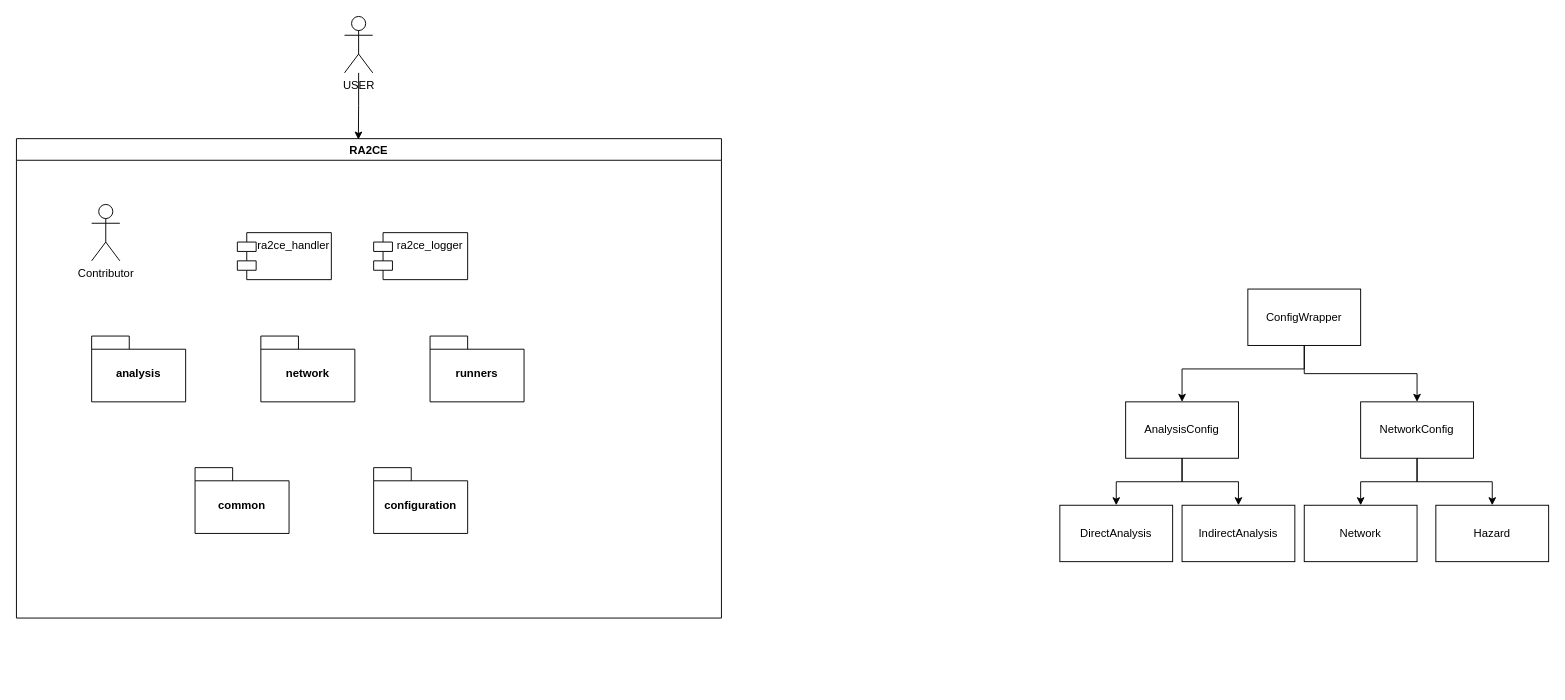
Deltares/ra2ce keeps this draw.io diagram as page "Package overview" (1 of 6) of docs/_diagrams/ra2ce_overview.drawio. Above is the earlier version. Source tidied: cells renumbered, new cells numbered last; positions are measured from the earlier drawing's top-left corner, leaving out a move shared by most shapes. Both pictures are drawn from the tidied source at 94%, with x=0, y=0 at pixel (16, 16).
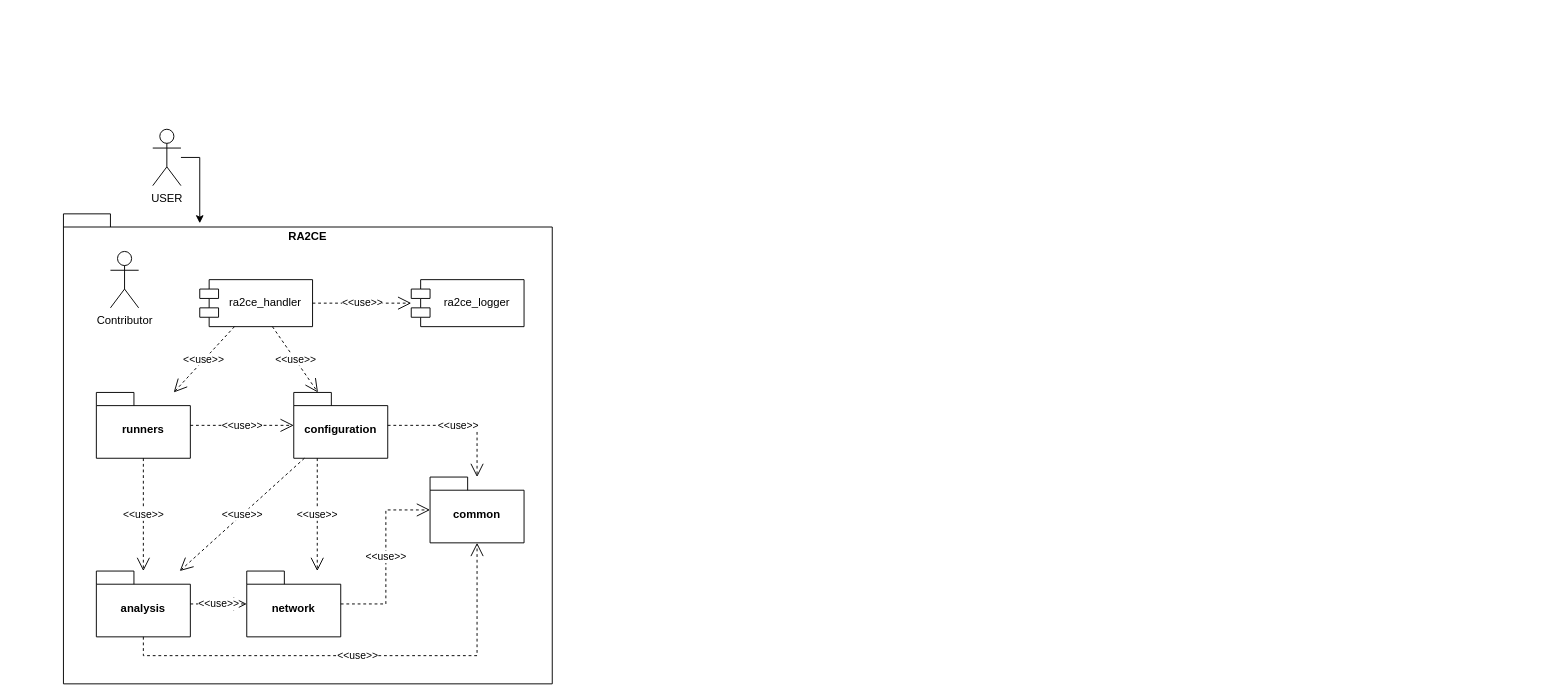
Above is the later version.

Diff of the diagram source:
```diff
@@
-    <mxCell id="2" value="USER" style="shape=umlActor;verticalLabelPosition=bottom;verticalAlign=top;html=1;outlineConnect=0;" parent="1" vertex="1">
-      <mxGeometry x="349" width="30" height="60" as="geometry" />
-    </mxCell>
+    <mxCell id="28" style="rounded=0;whiteSpace=wrap;html=1;strokeColor=none;" parent="1" vertex="1">
+      <mxGeometry x="130" y="110" width="60" height="100" as="geometry" />
+    </mxCell>
-    <mxCell id="3" value="RA2CE" style="swimlane;rotation=0;" parent="1" vertex="1">
-      <mxGeometry y="130" width="750" height="510" as="geometry" />
+    <mxCell id="3" value="RA2CE" style="shape=folder;fontStyle=1;spacingTop=10;tabWidth=40;tabHeight=14;tabPosition=left;html=1;whiteSpace=wrap;verticalAlign=top;" parent="1" vertex="1">
+      <mxGeometry x="50" y="210" width="520" height="500" as="geometry" />
     </mxCell>
-    <mxCell id="4" style="edgeStyle=orthogonalEdgeStyle;rounded=0;orthogonalLoop=1;jettySize=auto;html=1;" parent="3" edge="1">
+    <mxCell id="4" style="edgeStyle=orthogonalEdgeStyle;rounded=0;orthogonalLoop=1;jettySize=auto;html=1;" parent="1" edge="1">
       <mxGeometry relative="1" as="geometry">
-        <mxPoint x="733" y="320" as="sourcePoint" />
+        <mxPoint x="733" y="460" as="sourcePoint" />
         <Array as="points">
-          <mxPoint x="733" y="340" />
-          <mxPoint x="540" y="340" />
+          <mxPoint x="733" y="480" />
+          <mxPoint x="540" y="480" />
         </Array>
       </mxGeometry>
     </mxCell>
-    <mxCell id="5" value="Contributor" style="shape=umlActor;verticalLabelPosition=bottom;verticalAlign=top;html=1;rotation=0;" parent="3" vertex="1">
-      <mxGeometry x="80" y="70" width="30" height="60" as="geometry" />
-    </mxCell>
-    <mxCell id="6" style="group;rotation=90;direction=west;" parent="3" vertex="1">
-      <mxGeometry x="1110" y="160" width="520" height="290" as="geometry" />
-    </mxCell>
-    <mxCell id="7" value="ConfigWrapper" style="rounded=0;whiteSpace=wrap;html=1;rotation=0;" parent="6" vertex="1">
-      <mxGeometry x="200" width="120" height="60" as="geometry" />
-    </mxCell>
-    <mxCell id="8" value="AnalysisConfig" style="rounded=0;whiteSpace=wrap;html=1;rotation=0;" parent="6" vertex="1">
-      <mxGeometry x="70" y="120" width="120" height="60" as="geometry" />
-    </mxCell>
-    <mxCell id="9" value="NetworkConfig" style="whiteSpace=wrap;html=1;rounded=0;rotation=0;" parent="6" vertex="1">
-      <mxGeometry x="320" y="120" width="120" height="60" as="geometry" />
-    </mxCell>
-    <mxCell id="10" value="DirectAnalysis" style="rounded=0;whiteSpace=wrap;html=1;rotation=0;" parent="6" vertex="1">
-      <mxGeometry y="230" width="120" height="60" as="geometry" />
-    </mxCell>
-    <mxCell id="11" value="IndirectAnalysis" style="rounded=0;whiteSpace=wrap;html=1;rotation=0;" parent="6" vertex="1">
-      <mxGeometry x="130" y="230" width="120" height="60" as="geometry" />
-    </mxCell>
-    <mxCell id="12" value="Network" style="rounded=0;whiteSpace=wrap;html=1;rotation=0;" parent="6" vertex="1">
-      <mxGeometry x="260" y="230" width="120" height="60" as="geometry" />
-    </mxCell>
-    <mxCell id="13" value="Hazard" style="rounded=0;whiteSpace=wrap;html=1;rotation=0;" parent="6" vertex="1">
-      <mxGeometry x="400" y="230" width="120" height="60" as="geometry" />
-    </mxCell>
-    <mxCell id="14" style="edgeStyle=orthogonalEdgeStyle;rounded=0;jettySize=auto;html=1;exitX=0.5;exitY=1;exitDx=0;exitDy=0;" parent="6" edge="1" source="7" target="8">
-      <mxGeometry relative="1" as="geometry">
-        <Array as="points">
-          <mxPoint x="260" y="85" />
-          <mxPoint x="130" y="85" />
-        </Array>
-      </mxGeometry>
-    </mxCell>
-    <mxCell id="15" style="edgeStyle=orthogonalEdgeStyle;rounded=0;jettySize=auto;html=1;" parent="6" edge="1" source="7" target="9">
-      <mxGeometry relative="1" as="geometry" />
-    </mxCell>
-    <mxCell id="16" style="edgeStyle=orthogonalEdgeStyle;rounded=0;jettySize=auto;html=1;exitX=0.5;exitY=1;exitDx=0;exitDy=0;" parent="6" edge="1" source="8" target="10">
-      <mxGeometry relative="1" as="geometry" />
-    </mxCell>
-    <mxCell id="17" style="edgeStyle=orthogonalEdgeStyle;rounded=0;jettySize=auto;html=1;exitX=0.5;exitY=1;exitDx=0;exitDy=0;" parent="6" edge="1" source="8" target="11">
-      <mxGeometry relative="1" as="geometry" />
-    </mxCell>
-    <mxCell id="18" style="edgeStyle=orthogonalEdgeStyle;rounded=0;jettySize=auto;html=1;exitX=0.5;exitY=1;exitDx=0;exitDy=0;" parent="6" edge="1" source="9" target="12">
-      <mxGeometry relative="1" as="geometry" />
-    </mxCell>
-    <mxCell id="19" style="edgeStyle=orthogonalEdgeStyle;rounded=0;jettySize=auto;html=1;exitX=0.5;exitY=1;exitDx=0;exitDy=0;" parent="6" edge="1" source="9" target="13">
-      <mxGeometry relative="1" as="geometry" />
-    </mxCell>
-    <mxCell id="20" value="analysis" style="shape=folder;fontStyle=1;spacingTop=10;tabWidth=40;tabHeight=14;tabPosition=left;html=1;whiteSpace=wrap;" parent="3" vertex="1">
-      <mxGeometry x="80" y="210" width="100" height="70" as="geometry" />
-    </mxCell>
+    <mxCell id="2" value="USER" style="shape=umlActor;verticalLabelPosition=bottom;verticalAlign=top;html=1;outlineConnect=0;" parent="1" vertex="1">
+      <mxGeometry x="145" y="120" width="30" height="60" as="geometry" />
+    </mxCell>
+    <mxCell id="27" style="edgeStyle=orthogonalEdgeStyle;rounded=0;jettySize=auto;html=1;" parent="1" edge="1" source="2">
+      <mxGeometry relative="1" as="geometry">
+        <mxPoint x="195" y="220" as="targetPoint" />
+        <Array as="points">
+          <mxPoint x="195" y="150" />
+        </Array>
+      </mxGeometry>
+    </mxCell>
-    <mxCell id="21" value="ra2ce_handler" style="shape=module;align=left;spacingLeft=20;align=center;verticalAlign=top;whiteSpace=wrap;html=1;" parent="3" vertex="1">
-      <mxGeometry x="235" y="100" width="100" height="50" as="geometry" />
+    <mxCell id="21" value="ra2ce_handler" style="shape=module;align=left;spacingLeft=20;align=center;verticalAlign=middle;whiteSpace=wrap;html=1;" parent="1" vertex="1">
+      <mxGeometry x="195" y="280" width="120" height="50" as="geometry" />
     </mxCell>
-    <mxCell id="22" value="ra2ce_logger" style="shape=module;align=left;spacingLeft=20;align=center;verticalAlign=top;whiteSpace=wrap;html=1;" parent="3" vertex="1">
-      <mxGeometry x="380" y="100" width="100" height="50" as="geometry" />
+    <mxCell id="22" value="ra2ce_logger" style="shape=module;align=left;spacingLeft=20;align=center;verticalAlign=middle;whiteSpace=wrap;html=1;" parent="1" vertex="1">
+      <mxGeometry x="420" y="280" width="120" height="50" as="geometry" />
     </mxCell>
+    <mxCell id="25" value="runners" style="shape=folder;fontStyle=1;spacingTop=10;tabWidth=40;tabHeight=14;tabPosition=left;html=1;whiteSpace=wrap;" parent="1" vertex="1">
+      <mxGeometry x="85" y="400" width="100" height="70" as="geometry" />
+    </mxCell>
+    <mxCell id="29" value="&amp;lt;&amp;lt;use&amp;gt;&amp;gt;" style="endArrow=open;endSize=12;dashed=1;html=1;rounded=0;" parent="1" edge="1" source="21" target="22">
+      <mxGeometry relative="1" as="geometry" />
+    </mxCell>
+    <mxCell id="30" value="&amp;lt;&amp;lt;use&amp;gt;&amp;gt;" style="endArrow=open;endSize=12;dashed=1;html=1;rounded=0;" parent="1" edge="1" source="21" target="25">
+      <mxGeometry relative="1" as="geometry" />
+    </mxCell>
+    <mxCell id="31" value="&amp;lt;&amp;lt;use&amp;gt;&amp;gt;" style="endArrow=open;endSize=12;dashed=1;html=1;rounded=0;" parent="1" edge="1" source="21" target="26">
+      <mxGeometry relative="1" as="geometry" />
+    </mxCell>
+    <mxCell id="32" value="&amp;lt;&amp;lt;use&amp;gt;&amp;gt;" style="endArrow=open;endSize=12;dashed=1;html=1;rounded=0;" parent="1" edge="1" source="25" target="26">
+      <mxGeometry relative="1" as="geometry" />
+    </mxCell>
-    <mxCell id="23" value="common" style="shape=folder;fontStyle=1;spacingTop=10;tabWidth=40;tabHeight=14;tabPosition=left;html=1;whiteSpace=wrap;" parent="3" vertex="1">
-      <mxGeometry x="190" y="350" width="100" height="70" as="geometry" />
+    <mxCell id="23" value="common" style="shape=folder;fontStyle=1;spacingTop=10;tabWidth=40;tabHeight=14;tabPosition=left;html=1;whiteSpace=wrap;" parent="1" vertex="1">
+      <mxGeometry x="440" y="490" width="100" height="70" as="geometry" />
     </mxCell>
+    <mxCell id="26" value="configuration" style="shape=folder;fontStyle=1;spacingTop=10;tabWidth=40;tabHeight=14;tabPosition=left;html=1;whiteSpace=wrap;" parent="1" vertex="1">
+      <mxGeometry x="295" y="400" width="100" height="70" as="geometry" />
+    </mxCell>
+    <mxCell id="33" value="&amp;lt;&amp;lt;use&amp;gt;&amp;gt;" style="endArrow=open;endSize=12;dashed=1;html=1;rounded=0;" parent="1" edge="1" source="26" target="23">
+      <mxGeometry relative="1" as="geometry">
+        <Array as="points">
+          <mxPoint x="490" y="435" />
+        </Array>
+      </mxGeometry>
+    </mxCell>
+    <mxCell id="34" style="group;" parent="1" vertex="1">
+      <mxGeometry x="85" y="500" width="260" height="160" as="geometry" />
+    </mxCell>
+    <mxCell id="20" value="analysis" style="shape=folder;fontStyle=1;spacingTop=10;tabWidth=40;tabHeight=14;tabPosition=left;html=1;whiteSpace=wrap;" parent="34" vertex="1">
+      <mxGeometry y="90" width="100" height="70" as="geometry" />
+    </mxCell>
-    <mxCell id="24" value="network" style="shape=folder;fontStyle=1;spacingTop=10;tabWidth=40;tabHeight=14;tabPosition=left;html=1;whiteSpace=wrap;" parent="3" vertex="1">
-      <mxGeometry x="260" y="210" width="100" height="70" as="geometry" />
+    <mxCell id="24" value="network" style="shape=folder;fontStyle=1;spacingTop=10;tabWidth=40;tabHeight=14;tabPosition=left;html=1;whiteSpace=wrap;" parent="34" vertex="1">
+      <mxGeometry x="160" y="90" width="100" height="70" as="geometry" />
     </mxCell>
-    <mxCell id="25" value="runners" style="shape=folder;fontStyle=1;spacingTop=10;tabWidth=40;tabHeight=14;tabPosition=left;html=1;whiteSpace=wrap;" parent="3" vertex="1">
-      <mxGeometry x="440" y="210" width="100" height="70" as="geometry" />
-    </mxCell>
-    <mxCell id="26" value="configuration" style="shape=folder;fontStyle=1;spacingTop=10;tabWidth=40;tabHeight=14;tabPosition=left;html=1;whiteSpace=wrap;" parent="3" vertex="1">
-      <mxGeometry x="380" y="350" width="100" height="70" as="geometry" />
-    </mxCell>
-    <mxCell id="27" style="edgeStyle=orthogonalEdgeStyle;rounded=0;jettySize=auto;html=1;entryX=0.485;entryY=0.002;entryDx=0;entryDy=0;entryPerimeter=0;" parent="1" edge="1" source="2" target="3">
-      <mxGeometry relative="1" as="geometry" />
-    </mxCell>
+    <mxCell id="35" value="&amp;lt;&amp;lt;use&amp;gt;&amp;gt;" style="endArrow=open;endSize=12;dashed=1;html=1;rounded=0;" parent="34" edge="1" source="20" target="24">
+      <mxGeometry relative="1" as="geometry" />
+    </mxCell>
+    <mxCell id="36" value="&amp;lt;&amp;lt;use&amp;gt;&amp;gt;" style="endArrow=open;endSize=12;dashed=1;html=1;rounded=0;" parent="1" edge="1" source="20" target="23">
+      <mxGeometry relative="1" as="geometry">
+        <Array as="points">
+          <mxPoint x="135" y="680" />
+          <mxPoint x="490" y="680" />
+        </Array>
+      </mxGeometry>
+    </mxCell>
+    <mxCell id="37" value="&amp;lt;&amp;lt;use&amp;gt;&amp;gt;" style="endArrow=open;endSize=12;dashed=1;html=1;rounded=0;" parent="1" edge="1" source="25" target="20">
+      <mxGeometry relative="1" as="geometry" />
+    </mxCell>
+    <mxCell id="38" value="&amp;lt;&amp;lt;use&amp;gt;&amp;gt;" style="endArrow=open;endSize=12;dashed=1;html=1;rounded=0;elbow=vertical;" parent="1" edge="1" source="26" target="20">
+      <mxGeometry relative="1" as="geometry" />
+    </mxCell>
+    <mxCell id="39" value="&amp;lt;&amp;lt;use&amp;gt;&amp;gt;" style="endArrow=open;endSize=12;dashed=1;html=1;rounded=0;edgeStyle=elbowEdgeStyle;" parent="1" edge="1" source="24" target="23">
+      <mxGeometry relative="1" as="geometry" />
+    </mxCell>
+    <mxCell id="40" value="&amp;lt;&amp;lt;use&amp;gt;&amp;gt;" style="endArrow=open;endSize=12;dashed=1;html=1;rounded=0;edgeStyle=elbowEdgeStyle;" parent="1" edge="1" source="26" target="24">
+      <mxGeometry relative="1" as="geometry" />
+    </mxCell>
+    <mxCell id="5" value="Contributor" style="shape=umlActor;verticalLabelPosition=bottom;verticalAlign=top;html=1;rotation=0;" parent="1" vertex="1">
+      <mxGeometry x="100" y="250" width="30" height="60" as="geometry" />
+    </mxCell>
```
